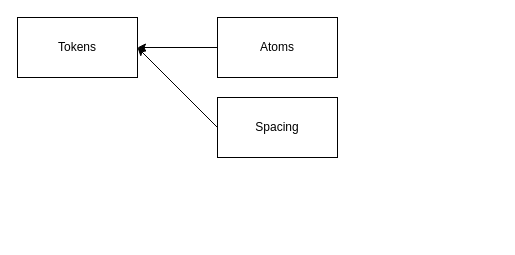
The draw.io diagram docs/structure.drawio in JoEduardoReyes/edarkmatter-obs-overlays, before the edit. Source tidied: cells renumbered, new cells numbered last; positions are measured from the earlier drawing's top-left corner, leaving out a move shared by most shapes. Both pictures are drawn from the tidied source at 100%, with x=0, y=0 at pixel (17, 17).
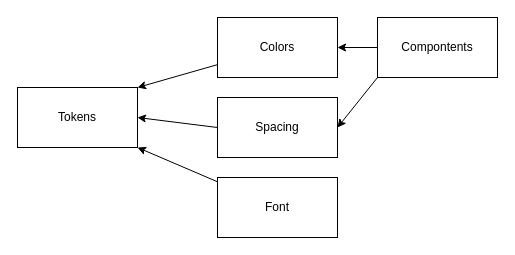
Above is the later version.

The edit, as a diff of the source:
```diff
@@
 <mxGraphModel>
   <root>
     <mxCell id="0" />
     <mxCell id="1" parent="0" />
-    <mxCell id="2" style="edgeStyle=none;html=1;entryX=1;entryY=0.5;entryDx=0;entryDy=0;" parent="1" edge="1" source="3" target="6">
+    <mxCell id="2" style="edgeStyle=none;html=1;entryX=1;entryY=0;entryDx=0;entryDy=0;" parent="1" edge="1" source="3" target="6">
       <mxGeometry relative="1" as="geometry" />
     </mxCell>
-    <mxCell id="3" value="Atoms" style="rounded=0;whiteSpace=wrap;html=1;" parent="1" vertex="1">
+    <mxCell id="3" value="Colors" style="rounded=0;whiteSpace=wrap;html=1;" parent="1" vertex="1">
       <mxGeometry x="200" width="120" height="60" as="geometry" />
     </mxCell>
-    <mxCell id="4" style="edgeStyle=none;html=1;exitX=0;exitY=0.5;exitDx=0;exitDy=0;" parent="1" edge="1" source="5">
-      <mxGeometry relative="1" as="geometry">
-        <mxPoint x="120" y="30" as="targetPoint" />
-      </mxGeometry>
+    <mxCell id="4" style="edgeStyle=none;html=1;exitX=0;exitY=0.5;exitDx=0;exitDy=0;entryX=1;entryY=0.5;entryDx=0;entryDy=0;" parent="1" edge="1" source="5" target="6">
+      <mxGeometry relative="1" as="geometry" />
     </mxCell>
     <mxCell id="5" value="Spacing" style="rounded=0;whiteSpace=wrap;html=1;" parent="1" vertex="1">
       <mxGeometry x="200" y="80" width="120" height="60" as="geometry" />
     </mxCell>
     <mxCell id="6" value="Tokens" style="rounded=0;whiteSpace=wrap;html=1;" parent="1" vertex="1">
-      <mxGeometry width="120" height="60" as="geometry" />
+      <mxGeometry y="70" width="120" height="60" as="geometry" />
     </mxCell>
+    <mxCell id="7" style="edgeStyle=none;html=1;entryX=1;entryY=0.5;entryDx=0;entryDy=0;" parent="1" edge="1" source="9" target="3">
+      <mxGeometry relative="1" as="geometry" />
+    </mxCell>
+    <mxCell id="8" style="edgeStyle=none;html=1;exitX=0;exitY=1;exitDx=0;exitDy=0;entryX=1;entryY=0.5;entryDx=0;entryDy=0;" parent="1" edge="1" source="9" target="5">
+      <mxGeometry relative="1" as="geometry" />
+    </mxCell>
+    <mxCell id="9" value="Compontents" style="rounded=0;whiteSpace=wrap;html=1;" parent="1" vertex="1">
+      <mxGeometry x="360" width="120" height="60" as="geometry" />
+    </mxCell>
+    <mxCell id="10" style="edgeStyle=none;html=1;entryX=1;entryY=1;entryDx=0;entryDy=0;" parent="1" edge="1" source="11" target="6">
+      <mxGeometry relative="1" as="geometry" />
+    </mxCell>
+    <mxCell id="11" value="Font" style="rounded=0;whiteSpace=wrap;html=1;" parent="1" vertex="1">
+      <mxGeometry x="200" y="160" width="120" height="60" as="geometry" />
+    </mxCell>
   </root>
 </mxGraphModel>
```
